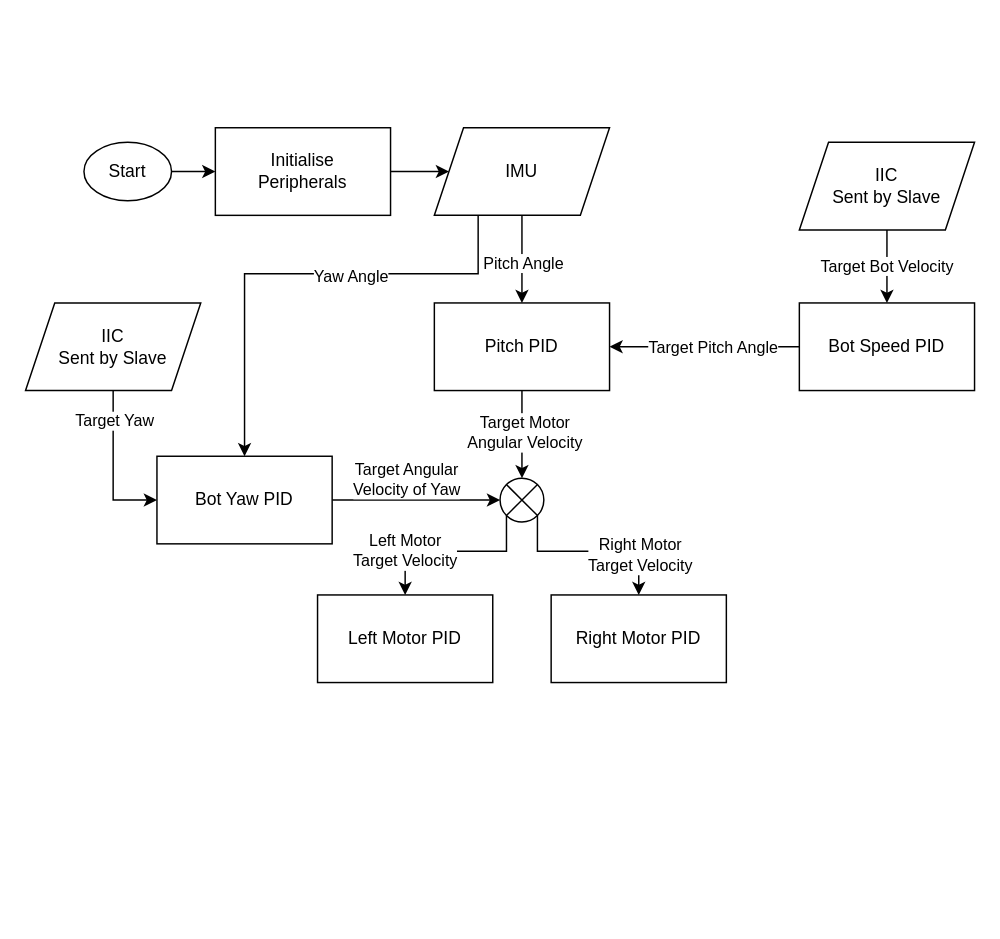
Earlier version of the draw.io diagram docs/AIPS_Workflow.drawio (bryanli-ucl/AIPS). Source tidied: cells renumbered, new cells numbered last; positions are measured from the earlier drawing's top-left corner, leaving out a move shared by most shapes. Both pictures are drawn from the tidied source at 146%, with x=0, y=0 at pixel (25, 127).
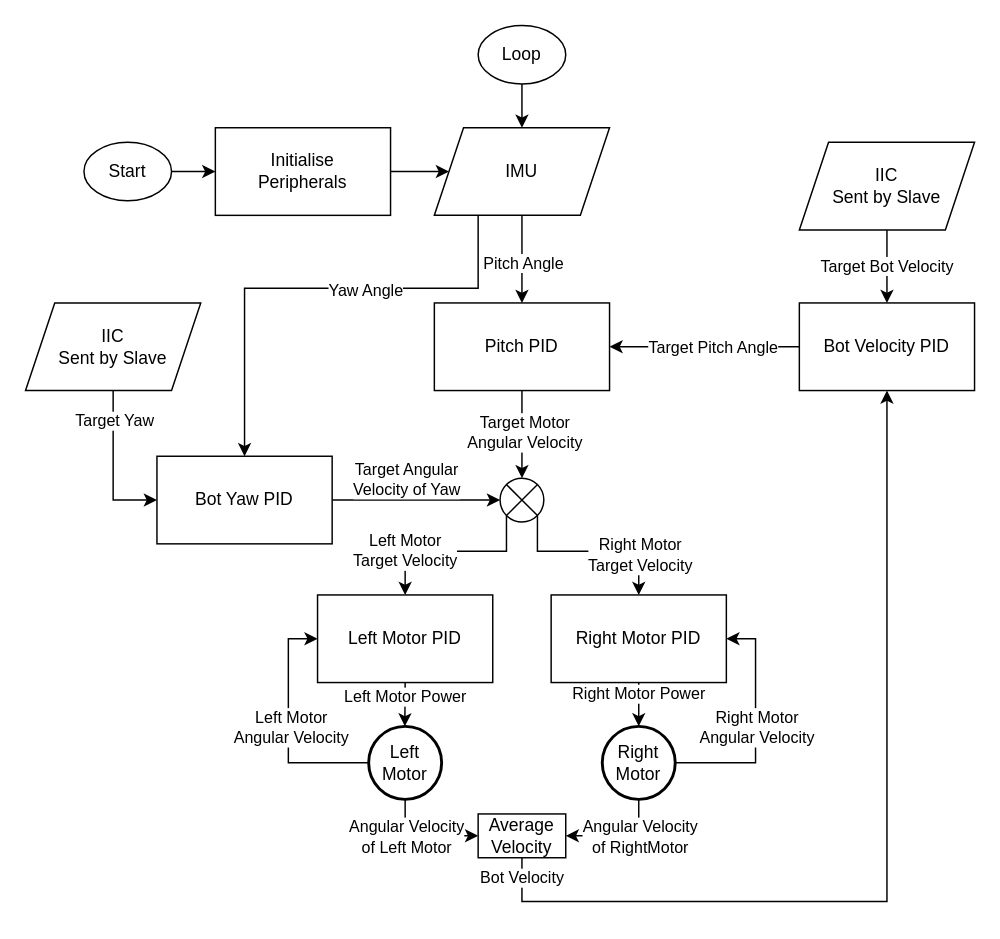
Above is the later version.

The change refers to these unchanged cells:
```xml
<mxCell id="19" value="Left Motor PID" style="whiteSpace=wrap;html=1;" parent="1" vertex="1">
  <mxGeometry x="200" y="320" width="120" height="60" as="geometry" />
</mxCell>
<mxCell id="20" value="Right Motor PID" style="whiteSpace=wrap;html=1;" parent="1" vertex="1">
  <mxGeometry x="360" y="320" width="120" height="60" as="geometry" />
</mxCell>
<mxCell id="23" value="Bot Yaw PID" style="whiteSpace=wrap;html=1;direction=east;" parent="1" vertex="1">
  <mxGeometry x="90" y="225" width="120" height="60" as="geometry" />
</mxCell>
<mxCell id="29" value="IMU" style="shape=parallelogram;perimeter=parallelogramPerimeter;whiteSpace=wrap;html=1;fixedSize=1;" parent="1" vertex="1">
  <mxGeometry x="280" width="120" height="60" as="geometry" />
</mxCell>
```

Change to the diagram source:
```diff
@@
     <mxCell id="7" style="edgeStyle=orthogonalEdgeStyle;rounded=0;jettySize=auto;html=1;exitX=0.25;exitY=1;exitDx=0;exitDy=0;entryX=0.5;entryY=0;entryDx=0;entryDy=0;" parent="1" edge="1" source="29" target="23">
       <mxGeometry relative="1" as="geometry">
         <Array as="points">
-          <mxPoint x="310" y="100" />
-          <mxPoint x="150" y="100" />
+          <mxPoint x="310" y="110" />
+          <mxPoint x="150" y="110" />
         </Array>
       </mxGeometry>
     </mxCell>
@@
-    <mxCell id="11" value="Bot Speed PID" style="whiteSpace=wrap;html=1;" parent="1" vertex="1">
+    <mxCell id="11" value="Bot Velocity PID" style="whiteSpace=wrap;html=1;" parent="1" vertex="1">
       <mxGeometry x="530" y="120" width="120" height="60" as="geometry" />
     </mxCell>
@@
+    <mxCell id="34" style="edgeStyle=orthogonalEdgeStyle;rounded=0;jettySize=auto;html=1;" parent="1" edge="1" source="20">
+      <mxGeometry relative="1" as="geometry">
+        <mxPoint x="420" y="410" as="targetPoint" />
+      </mxGeometry>
+    </mxCell>
+    <mxCell id="35" value="Right Motor Power" style="edgeLabel;html=1;align=center;verticalAlign=middle;" parent="34" vertex="1">
+      <mxGeometry x="-0.57" y="-1" relative="1" as="geometry" />
+    </mxCell>
@@
-    <mxCell id="28" style="edgeStyle=orthogonalEdgeStyle;rounded=0;jettySize=auto;html=1;" parent="1" edge="1" target="29">
-      <mxGeometry relative="1" as="geometry">
-        <mxPoint x="340" y="30" as="sourcePoint" />
-      </mxGeometry>
-    </mxCell>
@@
+    <mxCell id="36" style="edgeStyle=orthogonalEdgeStyle;rounded=0;jettySize=auto;html=1;exitX=0.5;exitY=1;exitDx=0;exitDy=0;entryX=0.497;entryY=0;entryDx=0;entryDy=0;entryPerimeter=0;" parent="1" edge="1" source="19">
+      <mxGeometry relative="1" as="geometry">
+        <mxPoint x="259.8" y="410" as="targetPoint" />
+      </mxGeometry>
+    </mxCell>
+    <mxCell id="37" value="Left Motor Power" style="edgeLabel;html=1;align=center;verticalAlign=middle;" parent="36" vertex="1">
+      <mxGeometry x="-0.41" relative="1" as="geometry">
+        <mxPoint y="1" as="offset" />
+      </mxGeometry>
+    </mxCell>
+    <mxCell id="38" style="edgeStyle=orthogonalEdgeStyle;rounded=0;jettySize=auto;html=1;exitX=0;exitY=0.5;exitDx=0;exitDy=0;exitPerimeter=0;entryX=0;entryY=0.5;entryDx=0;entryDy=0;" parent="1" edge="1" source="42" target="19">
+      <mxGeometry relative="1" as="geometry" />
+    </mxCell>
+    <mxCell id="39" value="Left Motor&lt;div&gt;Angular Velocity&lt;/div&gt;" style="edgeLabel;html=1;align=center;verticalAlign=middle;" parent="38" vertex="1">
+      <mxGeometry x="0.3" y="-1" relative="1" as="geometry">
+        <mxPoint y="24" as="offset" />
+      </mxGeometry>
+    </mxCell>
+    <mxCell id="40" style="edgeStyle=orthogonalEdgeStyle;rounded=0;jettySize=auto;html=1;entryX=0;entryY=0.5;entryDx=0;entryDy=0;" parent="1" edge="1" source="42" target="51">
+      <mxGeometry relative="1" as="geometry">
+        <Array as="points">
+          <mxPoint x="260" y="485" />
+        </Array>
+      </mxGeometry>
+    </mxCell>
+    <mxCell id="41" value="Angular Velocity&lt;div&gt;of Left Motor&lt;/div&gt;" style="edgeLabel;html=1;align=center;verticalAlign=middle;" parent="40" vertex="1">
+      <mxGeometry x="0.13" relative="1" as="geometry">
+        <mxPoint x="-17" as="offset" />
+      </mxGeometry>
+    </mxCell>
+    <mxCell id="42" value="Left&lt;div&gt;Motor&lt;/div&gt;" style="strokeWidth=2;html=1;shape=mxgraph.flowchart.start_2;whiteSpace=wrap;" parent="1" vertex="1">
+      <mxGeometry x="235" y="410" width="50" height="50" as="geometry" />
+    </mxCell>
+    <mxCell id="43" style="edgeStyle=orthogonalEdgeStyle;rounded=0;jettySize=auto;html=1;exitX=1;exitY=0.5;exitDx=0;exitDy=0;exitPerimeter=0;entryX=1;entryY=0.5;entryDx=0;entryDy=0;" parent="1" edge="1" source="46" target="20">
+      <mxGeometry relative="1" as="geometry">
+        <Array as="points">
+          <mxPoint x="500" y="435" />
+          <mxPoint x="500" y="350" />
+        </Array>
+      </mxGeometry>
+    </mxCell>
+    <mxCell id="44" value="Right Motor&lt;div&gt;Angular Velocity&lt;/div&gt;" style="edgeLabel;html=1;align=center;verticalAlign=middle;" parent="43" vertex="1">
+      <mxGeometry x="0.36" relative="1" as="geometry">
+        <mxPoint y="29" as="offset" />
+      </mxGeometry>
+    </mxCell>
+    <mxCell id="45" style="edgeStyle=orthogonalEdgeStyle;rounded=0;jettySize=auto;html=1;entryX=1;entryY=0.5;entryDx=0;entryDy=0;" parent="1" edge="1" source="46" target="51">
+      <mxGeometry relative="1" as="geometry">
+        <Array as="points">
+          <mxPoint x="420" y="485" />
+        </Array>
+      </mxGeometry>
+    </mxCell>
+    <mxCell id="46" value="Right&lt;div&gt;Motor&lt;/div&gt;" style="strokeWidth=2;html=1;shape=mxgraph.flowchart.start_2;whiteSpace=wrap;" parent="1" vertex="1">
+      <mxGeometry x="395" y="410" width="50" height="50" as="geometry" />
+    </mxCell>
+    <mxCell id="47" style="edgeStyle=orthogonalEdgeStyle;rounded=0;jettySize=auto;html=1;" parent="1" edge="1" source="48" target="29">
+      <mxGeometry relative="1" as="geometry" />
+    </mxCell>
+    <mxCell id="48" value="Loop" style="ellipse;whiteSpace=wrap;html=1;" parent="1" vertex="1">
+      <mxGeometry x="310" y="-70" width="60" height="40" as="geometry" />
+    </mxCell>
+    <mxCell id="49" style="edgeStyle=orthogonalEdgeStyle;rounded=0;jettySize=auto;html=1;entryX=0.5;entryY=1;entryDx=0;entryDy=0;" parent="1" edge="1" source="51" target="11">
+      <mxGeometry relative="1" as="geometry">
+        <Array as="points">
+          <mxPoint x="340" y="530" />
+          <mxPoint x="590" y="530" />
+        </Array>
+      </mxGeometry>
+    </mxCell>
+    <mxCell id="50" value="Bot Velocity" style="edgeLabel;html=1;align=center;verticalAlign=middle;" parent="49" vertex="1">
+      <mxGeometry x="-0.96" y="-1" relative="1" as="geometry" />
+    </mxCell>
+    <mxCell id="51" value="Average&lt;div&gt;Velocity&lt;/div&gt;" style="whiteSpace=wrap;html=1;" parent="1" vertex="1">
+      <mxGeometry x="310" y="470" width="60" height="30" as="geometry" />
+    </mxCell>
+    <mxCell id="52" value="Angular Velocity&lt;div&gt;of RightMotor&lt;/div&gt;" style="edgeLabel;html=1;align=center;verticalAlign=middle;" parent="1" vertex="1">
+      <mxGeometry x="420" y="485" as="geometry" />
+    </mxCell>
```
